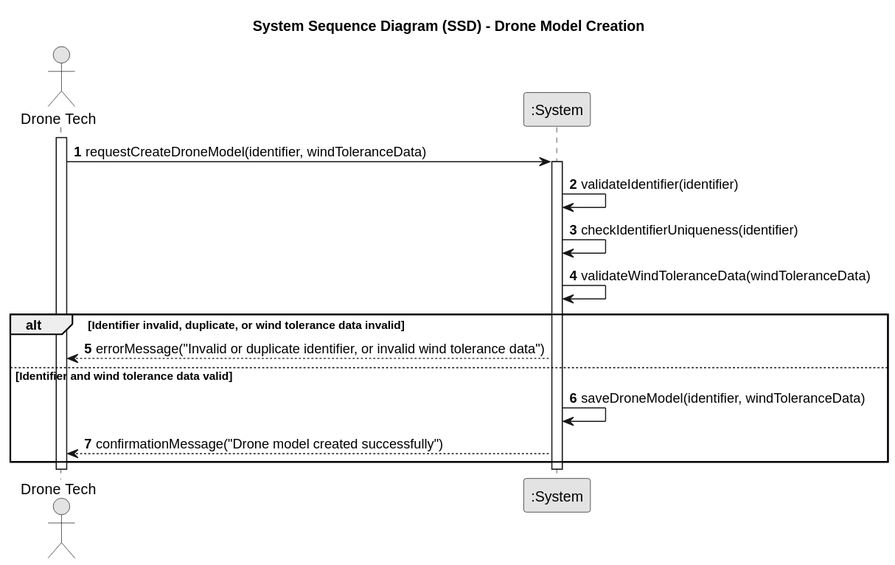
Before: docs/planning/sprint2/EAPLI/US240 - Drone model creation/01.requirements-engineering/svg/us240-system-sequence-diagram-System_Sequence_Diagram__SSD____Drone_Model_Creation.svg, a diagram exported from PlantUML (SAEmanuel/Shodrone_ISEP).
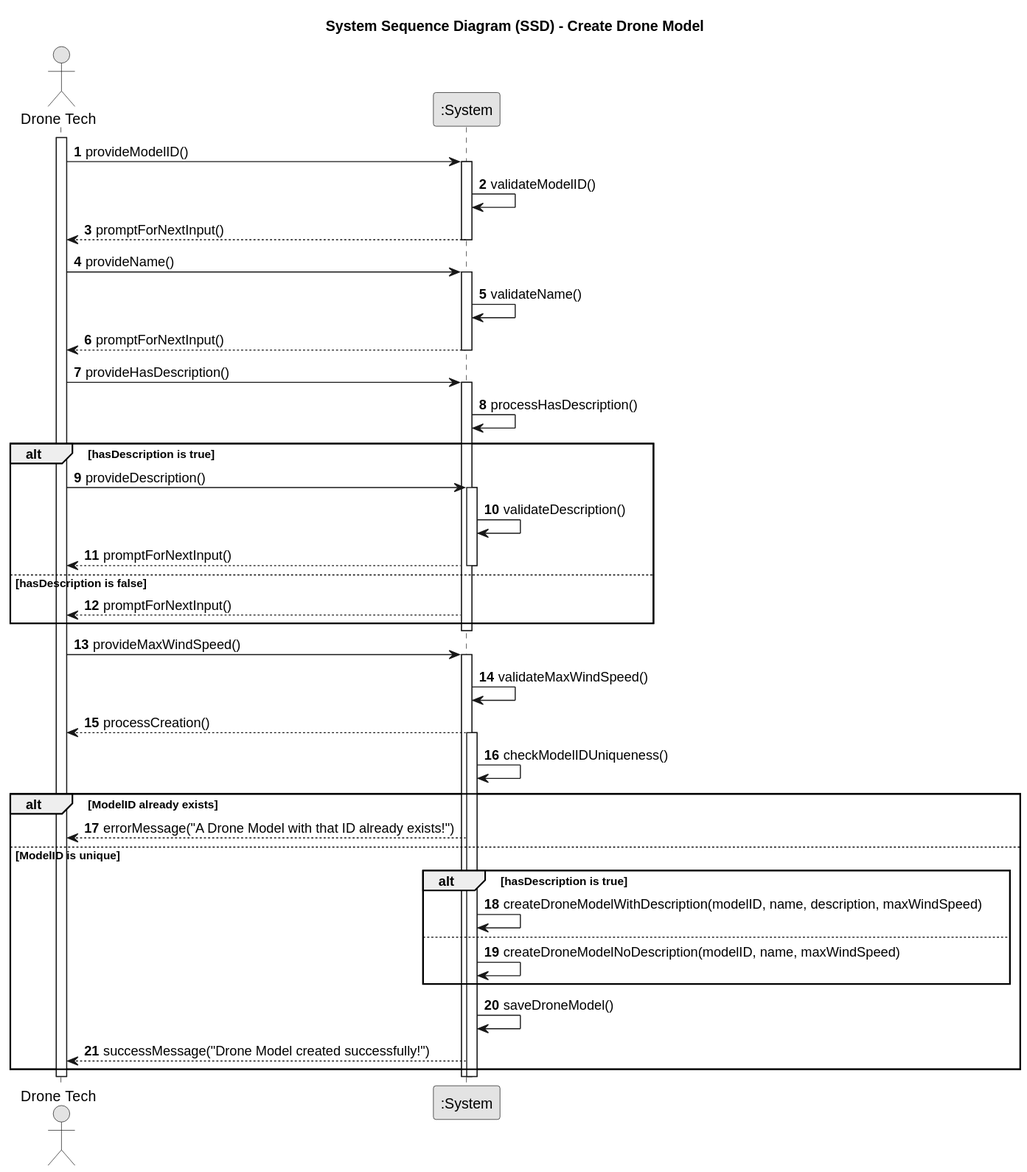
After the commit.

The edit, as a diff of the source:
```diff
@@ -3,7 +3,7 @@
 skinparam packageStyle rectangle
 skinparam shadowing false
 
-title System Sequence Diagram (SSD) - Drone Model Creation
+title System Sequence Diagram (SSD) - Create Drone Model
 
 autonumber
 
@@ -12,19 +12,51 @@
 
 activate DT
 
-DT -> System: requestCreateDroneModel(identifier, windToleranceData)
+DT -> System: provideModelID()
 activate System
+System -> System: validateModelID()
+System --> DT: promptForNextInput()
+deactivate System
 
-System -> System: validateIdentifier(identifier)
-System -> System: checkIdentifierUniqueness(identifier)
-System -> System: validateWindToleranceData(windToleranceData)
-alt Identifier invalid, duplicate, or wind tolerance data invalid
-    System --> DT: errorMessage("Invalid or duplicate identifier, or invalid wind tolerance data")
-else Identifier and wind tolerance data valid
-    System -> System: saveDroneModel(identifier, windToleranceData)
-    System --> DT: confirmationMessage("Drone model created successfully")
+DT -> System: provideName()
+activate System
+System -> System: validateName()
+System --> DT: promptForNextInput()
+deactivate System
+
+DT -> System: provideHasDescription()
+activate System
+System -> System: processHasDescription()
+alt hasDescription is true
+    DT -> System: provideDescription()
+    activate System
+    System -> System: validateDescription()
+    System --> DT: promptForNextInput()
+    deactivate System
+else hasDescription is false
+    System --> DT: promptForNextInput()
 end
+deactivate System
 
+DT -> System: provideMaxWindSpeed()
+activate System
+System -> System: validateMaxWindSpeed()
+System --> DT: processCreation()
+activate System
+System -> System: checkModelIDUniqueness()
+alt ModelID already exists
+    System --> DT: errorMessage("A Drone Model with that ID already exists!")
+else ModelID is unique
+    alt hasDescription is true
+        System -> System: createDroneModelWithDescription(modelID, name, description, maxWindSpeed)
+    else
+        System -> System: createDroneModelNoDescription(modelID, name, maxWindSpeed)
+    end
+    System -> System: saveDroneModel()
+    System --> DT: successMessage("Drone Model created successfully!")
+end
 deactivate System
+deactivate System
+
 deactivate DT
 @enduml
```
